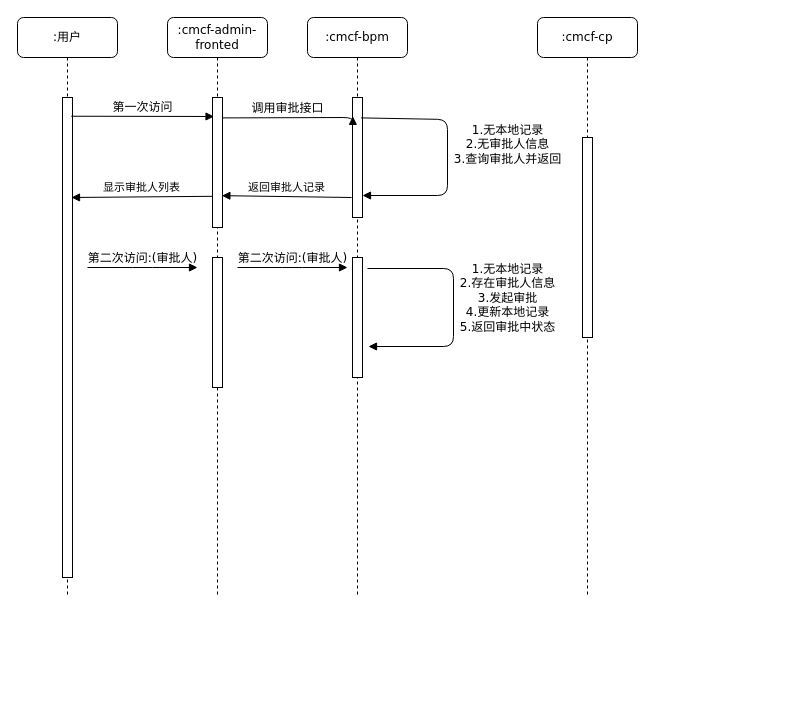
The draw.io diagram Untitled Diagram.drawio in king-Fong/draws, before the edit. Source tidied: cells renumbered, new cells numbered last; positions are measured from the earlier drawing's top-left corner, leaving out a move shared by most shapes. Both pictures are drawn from the tidied source at 100%, with x=0, y=0 at pixel (17, 17).
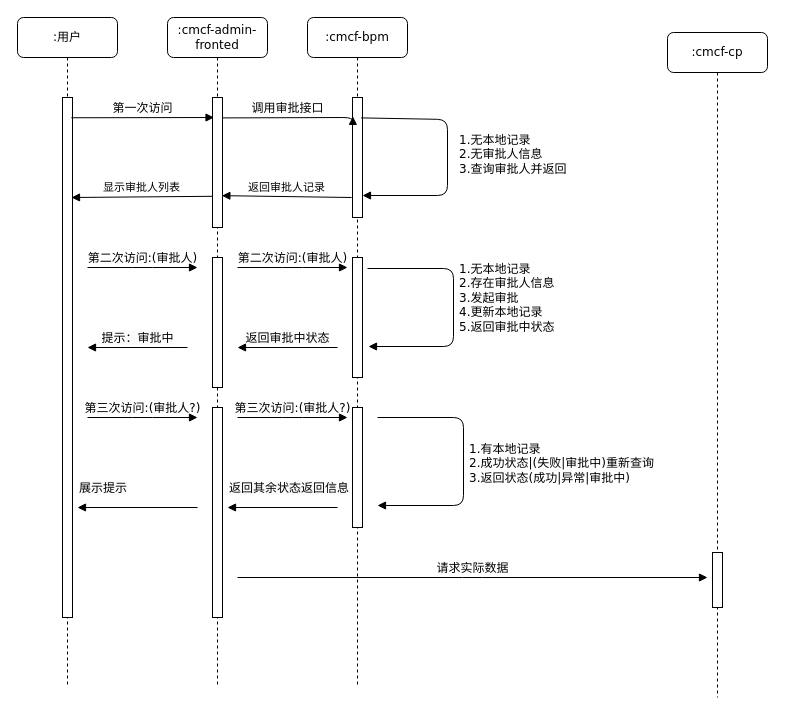
The same page after the edit.

Unchanged cells that the change refers to:
```xml
<mxCell id="3" style="html=1;points=[];perimeter=orthogonalPerimeter;rounded=0;shadow=0;comic=0;labelBackgroundColor=none;strokeWidth=1;fontFamily=Verdana;fontSize=12;align=center;" parent="2" vertex="1">
  <mxGeometry x="45" y="80" width="10" height="120" as="geometry" />
</mxCell>
```

What changed in the source:
```diff
@@
     <mxCell id="2" value=":cmcf-bpm" style="shape=umlLifeline;perimeter=lifelinePerimeter;whiteSpace=wrap;html=1;rounded=1;shadow=0;comic=0;labelBackgroundColor=none;strokeWidth=1;fontFamily=Verdana;fontSize=12;align=center;" parent="1" vertex="1">
-      <mxGeometry x="290" width="100" height="580" as="geometry" />
+      <mxGeometry x="290" width="100" height="670" as="geometry" />
     </mxCell>
@@
-    <mxCell id="4" value="1.无本地记录&lt;div&gt;2.无审批人信息&lt;br&gt;&lt;div&gt;3.查询审批人并返回&lt;/div&gt;&lt;/div&gt;" style="html=1;verticalAlign=bottom;endArrow=block;labelBackgroundColor=none;fontFamily=Verdana;fontSize=12;edgeStyle=elbowEdgeStyle;elbow=horizontal;exitX=0.859;exitY=0.17;exitDx=0;exitDy=0;exitPerimeter=0;" parent="2" edge="1" source="3" target="3">
-      <mxGeometry x="0.09" y="60" relative="1" as="geometry">
+    <mxCell id="4" value="1.无本地记录&lt;div&gt;2.无审批人信息&lt;br&gt;&lt;div&gt;3.查询审批人并返回&lt;/div&gt;&lt;/div&gt;" style="html=1;verticalAlign=bottom;endArrow=block;labelBackgroundColor=none;fontFamily=Verdana;fontSize=12;edgeStyle=elbowEdgeStyle;elbow=horizontal;exitX=0.859;exitY=0.17;exitDx=0;exitDy=0;exitPerimeter=0;align=left;" parent="2" edge="1" source="3" target="3">
+      <mxGeometry x="0.17" y="10" relative="1" as="geometry">
         <Array as="points">
           <mxPoint x="140" y="102" />
         </Array>
       </mxGeometry>
     </mxCell>
@@
+    <mxCell id="20" value="&lt;span style=&quot;font-family: Verdana; font-size: 12px; background-color: rgb(251, 251, 251);&quot;&gt;返回审批中状态&lt;/span&gt;" style="html=1;verticalAlign=bottom;endArrow=block;curved=0;rounded=0;" parent="2" edge="1">
+      <mxGeometry relative="1" as="geometry">
+        <mxPoint x="30" y="330" as="sourcePoint" />
+        <mxPoint x="-70" y="330" as="targetPoint" />
+      </mxGeometry>
+    </mxCell>
+    <mxCell id="21" style="html=1;perimeter=orthogonalPerimeter;rounded=0;shadow=0;comic=0;labelBackgroundColor=none;strokeWidth=1;fontFamily=Verdana;fontSize=12;align=center;" parent="2" vertex="1">
+      <mxGeometry x="45" y="390" width="10" height="120" as="geometry" />
+    </mxCell>
     <mxCell id="6" value=":cmcf-cp" style="shape=umlLifeline;perimeter=lifelinePerimeter;whiteSpace=wrap;html=1;rounded=1;shadow=0;comic=0;labelBackgroundColor=none;strokeWidth=1;fontFamily=Verdana;fontSize=12;align=center;" parent="1" vertex="1">
-      <mxGeometry x="520" width="100" height="580" as="geometry" />
+      <mxGeometry x="650" y="15" width="100" height="665" as="geometry" />
     </mxCell>
     <mxCell id="7" style="html=1;perimeter=orthogonalPerimeter;rounded=0;shadow=0;comic=0;labelBackgroundColor=none;strokeWidth=1;fontFamily=Verdana;fontSize=12;align=center;" parent="6" vertex="1">
-      <mxGeometry x="45" y="120" width="10" height="200" as="geometry" />
+      <mxGeometry x="45" y="520" width="10" height="55" as="geometry" />
     </mxCell>
     <mxCell id="8" value=":cmcf-admin-fronted" style="shape=umlLifeline;perimeter=lifelinePerimeter;whiteSpace=wrap;html=1;rounded=1;shadow=0;comic=0;labelBackgroundColor=none;strokeWidth=1;fontFamily=Verdana;fontSize=12;align=center;" parent="1" vertex="1">
-      <mxGeometry x="150" width="100" height="580" as="geometry" />
+      <mxGeometry x="150" width="100" height="670" as="geometry" />
     </mxCell>
@@
+    <mxCell id="22" style="html=1;perimeter=orthogonalPerimeter;rounded=0;shadow=0;comic=0;labelBackgroundColor=none;strokeWidth=1;fontFamily=Verdana;fontSize=12;align=center;" parent="8" vertex="1">
+      <mxGeometry x="45" y="390" width="10" height="210" as="geometry" />
+    </mxCell>
+    <mxCell id="23" value="第三次访问:(审批人?)" style="html=1;verticalAlign=bottom;endArrow=block;labelBackgroundColor=none;fontFamily=Verdana;fontSize=12;edgeStyle=elbowEdgeStyle;elbow=vertical;" parent="8" edge="1">
+      <mxGeometry relative="1" as="geometry">
+        <mxPoint x="70" y="400" as="sourcePoint" />
+        <mxPoint x="180" y="400" as="targetPoint" />
+      </mxGeometry>
+    </mxCell>
+    <mxCell id="24" value="&lt;div&gt;&lt;font face=&quot;Verdana&quot;&gt;&lt;span style=&quot;font-size: 12px; background-color: rgb(251, 251, 251);&quot;&gt;返回&lt;/span&gt;&lt;/font&gt;&lt;span style=&quot;background-color: rgb(251, 251, 251); font-size: 12px; font-family: Verdana;&quot;&gt;其余状态返回信息&lt;/span&gt;&lt;/div&gt;" style="html=1;verticalAlign=bottom;endArrow=block;curved=0;rounded=0;align=left;" parent="8" edge="1">
+      <mxGeometry x="1" y="-10" relative="1" as="geometry">
+        <mxPoint x="170" y="490" as="sourcePoint" />
+        <mxPoint x="60" y="490" as="targetPoint" />
+      </mxGeometry>
+    </mxCell>
@@
     <mxCell id="14" value=":用户" style="shape=umlLifeline;perimeter=lifelinePerimeter;whiteSpace=wrap;html=1;rounded=1;shadow=0;comic=0;labelBackgroundColor=none;strokeWidth=1;fontFamily=Verdana;fontSize=12;align=center;" parent="1" vertex="1">
-      <mxGeometry width="100" height="580" as="geometry" />
+      <mxGeometry width="100" height="670" as="geometry" />
     </mxCell>
     <mxCell id="15" style="html=1;points=[];perimeter=orthogonalPerimeter;rounded=0;shadow=0;comic=0;labelBackgroundColor=none;strokeWidth=1;fontFamily=Verdana;fontSize=12;align=center;" parent="14" vertex="1">
-      <mxGeometry x="45" y="80" width="10" height="480" as="geometry" />
+      <mxGeometry x="45" y="80" width="10" height="520" as="geometry" />
     </mxCell>
@@
-    <mxCell id="19" value="1.无本地记录&lt;div&gt;2.存在审批人信息&lt;/div&gt;&lt;div&gt;3.发起审批&lt;/div&gt;&lt;div&gt;4.更新本地记录&lt;/div&gt;&lt;div&gt;5.返回审批中状态&lt;/div&gt;" style="html=1;verticalAlign=bottom;endArrow=block;labelBackgroundColor=none;fontFamily=Verdana;fontSize=12;edgeStyle=elbowEdgeStyle;elbow=horizontal;exitX=0.859;exitY=0.17;exitDx=0;exitDy=0;exitPerimeter=0;" parent="1" edge="1">
-      <mxGeometry x="0.24" y="54" relative="1" as="geometry">
+    <mxCell id="19" value="1.无本地记录&lt;div&gt;2.存在审批人信息&lt;/div&gt;&lt;div&gt;3.发起审批&lt;/div&gt;&lt;div&gt;4.更新本地记录&lt;/div&gt;&lt;div&gt;5.返回审批中状态&lt;/div&gt;" style="html=1;verticalAlign=bottom;endArrow=block;labelBackgroundColor=none;fontFamily=Verdana;fontSize=12;edgeStyle=elbowEdgeStyle;elbow=horizontal;exitX=0.859;exitY=0.17;exitDx=0;exitDy=0;exitPerimeter=0;align=left;" parent="1" edge="1">
+      <mxGeometry x="0.24" y="4" relative="1" as="geometry">
         <mxPoint x="350" y="251" as="sourcePoint" />
         <mxPoint x="351" y="329" as="targetPoint" />
         <Array as="points">
           <mxPoint x="436" y="253" />
         </Array>
       </mxGeometry>
     </mxCell>
+    <mxCell id="25" value="&lt;font face=&quot;Verdana&quot;&gt;&lt;span style=&quot;font-size: 12px; background-color: rgb(251, 251, 251);&quot;&gt;提示：审批中&lt;/span&gt;&lt;/font&gt;" style="html=1;verticalAlign=bottom;endArrow=block;curved=0;rounded=0;" parent="1" edge="1">
+      <mxGeometry relative="1" as="geometry">
+        <mxPoint x="170" y="330" as="sourcePoint" />
+        <mxPoint x="70" y="330" as="targetPoint" />
+      </mxGeometry>
+    </mxCell>
+    <mxCell id="26" value="第三次访问:(审批人?)" style="html=1;verticalAlign=bottom;endArrow=block;labelBackgroundColor=none;fontFamily=Verdana;fontSize=12;edgeStyle=elbowEdgeStyle;elbow=vertical;" parent="1" edge="1">
+      <mxGeometry relative="1" as="geometry">
+        <mxPoint x="70" y="400" as="sourcePoint" />
+        <mxPoint x="180" y="400" as="targetPoint" />
+      </mxGeometry>
+    </mxCell>
+    <mxCell id="27" value="1.有本地记录&lt;div&gt;2.成功状态|(&lt;span style=&quot;background-color: initial;&quot;&gt;失败|审批中&lt;/span&gt;&lt;span style=&quot;background-color: initial;&quot;&gt;)重新查询&lt;/span&gt;&lt;/div&gt;&lt;div&gt;3.返回状态(成功|异常|审批中)&lt;/div&gt;" style="html=1;verticalAlign=bottom;endArrow=block;labelBackgroundColor=none;fontFamily=Verdana;fontSize=12;edgeStyle=elbowEdgeStyle;elbow=horizontal;exitX=0.859;exitY=0.17;exitDx=0;exitDy=0;exitPerimeter=0;align=left;" parent="1" edge="1">
+      <mxGeometry x="0.2" y="4" relative="1" as="geometry">
+        <mxPoint x="360" y="400" as="sourcePoint" />
+        <mxPoint x="360" y="488" as="targetPoint" />
+        <Array as="points">
+          <mxPoint x="446" y="402" />
+        </Array>
+      </mxGeometry>
+    </mxCell>
+    <mxCell id="28" value="&lt;span style=&quot;background-color: rgb(251, 251, 251); font-size: 12px; font-family: Verdana;&quot;&gt;展示提示&lt;/span&gt;" style="html=1;verticalAlign=bottom;endArrow=block;curved=0;rounded=0;align=left;" parent="1" edge="1">
+      <mxGeometry x="1" y="-10" relative="1" as="geometry">
+        <mxPoint x="180" y="490" as="sourcePoint" />
+        <mxPoint x="60" y="490" as="targetPoint" />
+      </mxGeometry>
+    </mxCell>
+    <mxCell id="29" value="请求实际数据" style="html=1;verticalAlign=bottom;endArrow=block;labelBackgroundColor=none;fontFamily=Verdana;fontSize=12;edgeStyle=elbowEdgeStyle;elbow=horizontal;" parent="1" edge="1">
+      <mxGeometry relative="1" as="geometry">
+        <mxPoint x="220" y="560" as="sourcePoint" />
+        <mxPoint x="690" y="560" as="targetPoint" />
+      </mxGeometry>
+    </mxCell>
```
